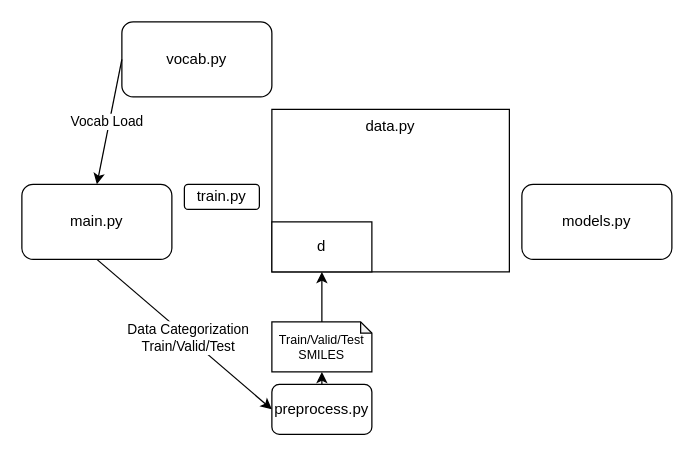
The draw.io diagram Untitled Diagram.drawio in rladbtls1998/public_temp, before the edit. Source tidied: cells renumbered, new cells numbered last; positions are measured from the earlier drawing's top-left corner, leaving out a move shared by most shapes. Both pictures are drawn from the tidied source at 125%, with x=0, y=0 at pixel (21, 21).
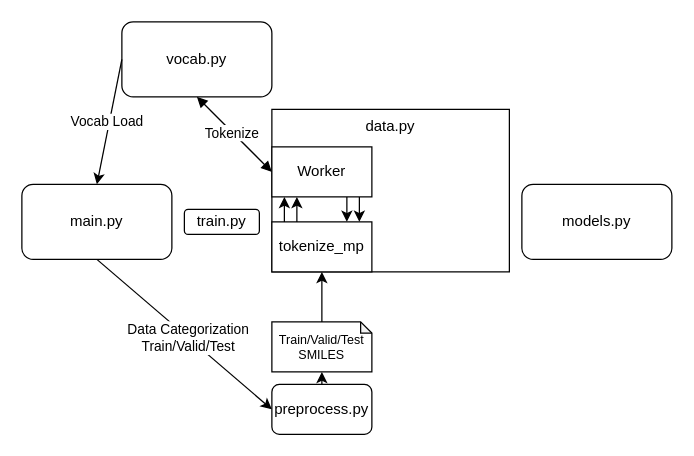
Above is the later version.

Unchanged cells that the change refers to:
```xml
<mxCell id="6" value="vocab.py" style="rounded=1;whiteSpace=wrap;html=1;" parent="1" vertex="1">
  <mxGeometry x="80" width="120" height="60" as="geometry" />
</mxCell>
<mxCell id="14" style="group;" parent="1" vertex="1">
  <mxGeometry x="200" y="70" width="190" height="130" as="geometry" />
</mxCell>
```

Diff of the diagram source:
```diff
@@
     <mxCell id="5" value="train.py" style="rounded=1;whiteSpace=wrap;html=1;" parent="1" vertex="1">
-      <mxGeometry x="130" y="130" width="60" height="20" as="geometry" />
+      <mxGeometry x="130" y="150" width="60" height="20" as="geometry" />
     </mxCell>
@@
-    <mxCell id="16" value="d" style="rounded=0;whiteSpace=wrap;html=1;" parent="14" vertex="1">
+    <mxCell id="16" value="tokenize_mp" style="rounded=0;whiteSpace=wrap;html=1;" parent="14" vertex="1">
       <mxGeometry y="90" width="80" height="40" as="geometry" />
     </mxCell>
+    <mxCell id="17" value="Worker" style="rounded=0;whiteSpace=wrap;html=1;" parent="14" vertex="1">
+      <mxGeometry y="30" width="80" height="40" as="geometry" />
+    </mxCell>
+    <mxCell id="18" style="endArrow=classic;html=1;rounded=0;exitX=0.25;exitY=0;exitDx=0;exitDy=0;entryX=0.25;entryY=1;entryDx=0;entryDy=0;" parent="14" edge="1" source="16" target="17">
+      <mxGeometry relative="1" as="geometry" />
+    </mxCell>
+    <mxCell id="19" style="endArrow=classic;html=1;rounded=0;exitX=0.25;exitY=0;exitDx=0;exitDy=0;entryX=0.25;entryY=1;entryDx=0;entryDy=0;" parent="14" edge="1">
+      <mxGeometry relative="1" as="geometry">
+        <mxPoint x="10" y="90" as="sourcePoint" />
+        <mxPoint x="10" y="70" as="targetPoint" />
+      </mxGeometry>
+    </mxCell>
+    <mxCell id="20" style="endArrow=classic;html=1;rounded=0;exitX=0.75;exitY=1;exitDx=0;exitDy=0;entryX=0.75;entryY=0;entryDx=0;entryDy=0;" parent="14" edge="1" source="17" target="16">
+      <mxGeometry relative="1" as="geometry" />
+    </mxCell>
+    <mxCell id="21" style="endArrow=classic;html=1;rounded=0;exitX=0.75;exitY=1;exitDx=0;exitDy=0;entryX=0.75;entryY=0;entryDx=0;entryDy=0;" parent="14" edge="1">
+      <mxGeometry relative="1" as="geometry">
+        <mxPoint x="70" y="70" as="sourcePoint" />
+        <mxPoint x="70" y="90" as="targetPoint" />
+      </mxGeometry>
+    </mxCell>
+    <mxCell id="22" style="rounded=0;jettySize=auto;html=1;entryX=0.5;entryY=1;entryDx=0;entryDy=0;endArrow=block;endFill=1;startArrow=block;startFill=1;" parent="1" edge="1" target="6">
+      <mxGeometry relative="1" as="geometry">
+        <mxPoint x="200" y="120" as="sourcePoint" />
+      </mxGeometry>
+    </mxCell>
+    <mxCell id="23" value="Tokenize" style="edgeLabel;html=1;align=center;verticalAlign=middle;" parent="22" vertex="1">
+      <mxGeometry x="0.06" y="1" relative="1" as="geometry" />
+    </mxCell>
```
